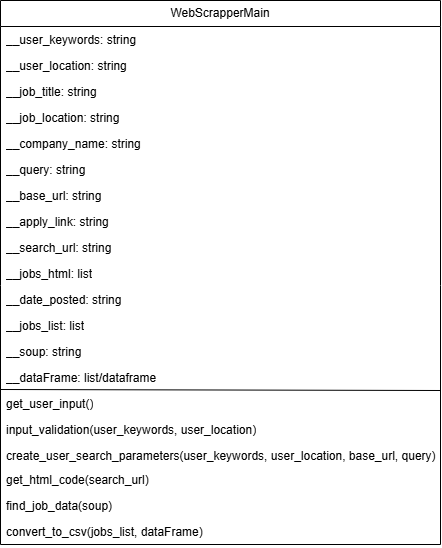
Before: Design Phase/Diagrams/UML Diagram.png, a diagram exported from draw.io (kiffit/Jobsearch_Web_Scraper). Source tidied: cells renumbered, new cells last; positions are measured from the earlier drawing's top-left corner, leaving out a move shared by most shapes. The source it was exported from:
```xml
<mxGraphModel>
  <root>
    <mxCell id="0" />
    <mxCell id="1" parent="0" />
    <mxCell id="2" value="WebScrapperMain" style="swimlane;fontStyle=0;horizontal=1;startSize=26;fillColor=none;whiteSpace=wrap;html=1;" parent="1" vertex="1">
      <mxGeometry width="440" height="544" as="geometry" />
    </mxCell>
    <mxCell id="3" value="__user_keywords: string" style="text;strokeColor=none;fillColor=none;align=left;verticalAlign=top;spacingLeft=4;spacingRight=4;overflow=hidden;whiteSpace=wrap;html=1;" parent="2" vertex="1">
      <mxGeometry y="26" width="440" height="26" as="geometry" />
    </mxCell>
    <mxCell id="4" value="__user_location: string" style="text;strokeColor=none;fillColor=none;align=left;verticalAlign=top;spacingLeft=4;spacingRight=4;overflow=hidden;whiteSpace=wrap;html=1;" parent="2" vertex="1">
      <mxGeometry y="52" width="440" height="26" as="geometry" />
    </mxCell>
    <mxCell id="5" value="__job_title: string" style="text;strokeColor=none;fillColor=none;align=left;verticalAlign=top;spacingLeft=4;spacingRight=4;overflow=hidden;whiteSpace=wrap;html=1;" parent="2" vertex="1">
      <mxGeometry y="78" width="440" height="26" as="geometry" />
    </mxCell>
    <mxCell id="6" value="__job_location: string" style="text;strokeColor=none;fillColor=none;align=left;verticalAlign=top;spacingLeft=4;spacingRight=4;overflow=hidden;whiteSpace=wrap;html=1;" parent="2" vertex="1">
      <mxGeometry y="104" width="440" height="26" as="geometry" />
    </mxCell>
    <mxCell id="7" value="__company_name: string" style="text;strokeColor=none;fillColor=none;align=left;verticalAlign=top;spacingLeft=4;spacingRight=4;overflow=hidden;whiteSpace=wrap;html=1;" parent="2" vertex="1">
      <mxGeometry y="130" width="440" height="26" as="geometry" />
    </mxCell>
    <mxCell id="8" value="__query: string" style="text;strokeColor=none;fillColor=none;align=left;verticalAlign=top;spacingLeft=4;spacingRight=4;overflow=hidden;whiteSpace=wrap;html=1;" parent="2" vertex="1">
      <mxGeometry y="156" width="440" height="26" as="geometry" />
    </mxCell>
    <mxCell id="9" value="__base_url: string" style="text;strokeColor=none;fillColor=none;align=left;verticalAlign=top;spacingLeft=4;spacingRight=4;overflow=hidden;whiteSpace=wrap;html=1;" parent="2" vertex="1">
      <mxGeometry y="182" width="440" height="26" as="geometry" />
    </mxCell>
    <mxCell id="10" value="__apply_link: string" style="text;strokeColor=none;fillColor=none;align=left;verticalAlign=top;spacingLeft=4;spacingRight=4;overflow=hidden;whiteSpace=wrap;html=1;" parent="2" vertex="1">
      <mxGeometry y="208" width="440" height="26" as="geometry" />
    </mxCell>
    <mxCell id="11" value="__search_url: string" style="text;strokeColor=none;fillColor=none;align=left;verticalAlign=top;spacingLeft=4;spacingRight=4;overflow=hidden;whiteSpace=wrap;html=1;" parent="2" vertex="1">
      <mxGeometry y="234" width="440" height="26" as="geometry" />
    </mxCell>
    <mxCell id="12" value="__jobs_html: list" style="text;strokeColor=none;fillColor=none;align=left;verticalAlign=top;spacingLeft=4;spacingRight=4;overflow=hidden;whiteSpace=wrap;html=1;" parent="2" vertex="1">
      <mxGeometry y="260" width="440" height="26" as="geometry" />
    </mxCell>
    <mxCell id="13" value="__date_posted: string" style="text;strokeColor=none;fillColor=none;align=left;verticalAlign=top;spacingLeft=4;spacingRight=4;overflow=hidden;whiteSpace=wrap;html=1;" parent="2" vertex="1">
      <mxGeometry y="286" width="440" height="26" as="geometry" />
    </mxCell>
    <mxCell id="14" value="__jobs_list: list" style="text;strokeColor=none;fillColor=none;align=left;verticalAlign=top;spacingLeft=4;spacingRight=4;overflow=hidden;whiteSpace=wrap;html=1;" parent="2" vertex="1">
      <mxGeometry y="312" width="440" height="26" as="geometry" />
    </mxCell>
    <mxCell id="15" value="__soup: string" style="text;strokeColor=none;fillColor=none;align=left;verticalAlign=top;spacingLeft=4;spacingRight=4;overflow=hidden;whiteSpace=wrap;html=1;" parent="2" vertex="1">
      <mxGeometry y="338" width="440" height="26" as="geometry" />
    </mxCell>
    <mxCell id="16" value="__dataFrame: list/dataframe" style="text;strokeColor=none;fillColor=none;align=left;verticalAlign=top;spacingLeft=4;spacingRight=4;overflow=hidden;whiteSpace=wrap;html=1;" parent="2" vertex="1">
      <mxGeometry y="364" width="440" height="26" as="geometry" />
    </mxCell>
    <mxCell id="17" value="get_user_input()" style="text;strokeColor=none;fillColor=none;align=left;verticalAlign=top;spacingLeft=4;spacingRight=4;overflow=hidden;whiteSpace=wrap;html=1;" parent="2" vertex="1">
      <mxGeometry y="390" width="440" height="26" as="geometry" />
    </mxCell>
    <mxCell id="18" value="input_validation(user_keywords, user_location)" style="text;strokeColor=none;fillColor=none;align=left;verticalAlign=top;spacingLeft=4;spacingRight=4;overflow=hidden;whiteSpace=wrap;html=1;" parent="2" vertex="1">
      <mxGeometry y="416" width="440" height="26" as="geometry" />
    </mxCell>
    <mxCell id="19" value="create_user_search_parameters(user_keywords, user_location, base_url, query)" style="text;strokeColor=none;fillColor=none;align=left;verticalAlign=top;spacingLeft=4;spacingRight=4;overflow=hidden;whiteSpace=wrap;html=1;" parent="2" vertex="1">
      <mxGeometry y="442" width="440" height="24" as="geometry" />
    </mxCell>
    <mxCell id="20" style="endArrow=none;html=1;rounded=0;exitX=0;exitY=-0.038;exitDx=0;exitDy=0;exitPerimeter=0;" parent="2" edge="1">
      <mxGeometry relative="1" as="geometry">
        <mxPoint y="389" as="sourcePoint" />
        <mxPoint x="440" y="390" as="targetPoint" />
      </mxGeometry>
    </mxCell>
    <mxCell id="21" value="get_html_code(search_url)" style="text;strokeColor=none;fillColor=none;align=left;verticalAlign=top;spacingLeft=4;spacingRight=4;overflow=hidden;whiteSpace=wrap;html=1;" parent="2" vertex="1">
      <mxGeometry y="466" width="440" height="26" as="geometry" />
    </mxCell>
    <mxCell id="22" value="find_job_data(soup)" style="text;strokeColor=none;fillColor=none;align=left;verticalAlign=top;spacingLeft=4;spacingRight=4;overflow=hidden;whiteSpace=wrap;html=1;" parent="2" vertex="1">
      <mxGeometry y="492" width="440" height="26" as="geometry" />
    </mxCell>
    <mxCell id="23" value="convert_to_csv(jobs_list, dataFrame)" style="text;strokeColor=none;fillColor=none;align=left;verticalAlign=top;spacingLeft=4;spacingRight=4;overflow=hidden;whiteSpace=wrap;html=1;" parent="2" vertex="1">
      <mxGeometry y="518" width="440" height="26" as="geometry" />
    </mxCell>
  </root>
</mxGraphModel>
```
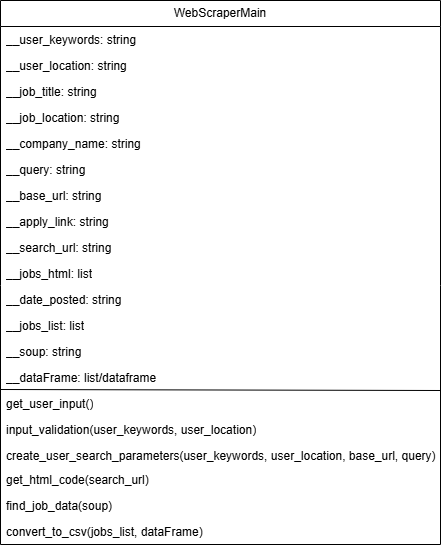
The same file after the commit.

Change to the diagram source:
```diff
@@ -2,7 +2,7 @@
   <root>
     <mxCell id="0" />
     <mxCell id="1" parent="0" />
-    <mxCell id="2" value="WebScrapperMain" style="swimlane;fontStyle=0;horizontal=1;startSize=26;fillColor=none;whiteSpace=wrap;html=1;" parent="1" vertex="1">
+    <mxCell id="2" value="WebScraperMain" style="swimlane;fontStyle=0;horizontal=1;startSize=26;fillColor=none;whiteSpace=wrap;html=1;" parent="1" vertex="1">
       <mxGeometry width="440" height="544" as="geometry" />
     </mxCell>
     <mxCell id="3" value="__user_keywords: string" style="text;strokeColor=none;fillColor=none;align=left;verticalAlign=top;spacingLeft=4;spacingRight=4;overflow=hidden;whiteSpace=wrap;html=1;" parent="2" vertex="1">
```
